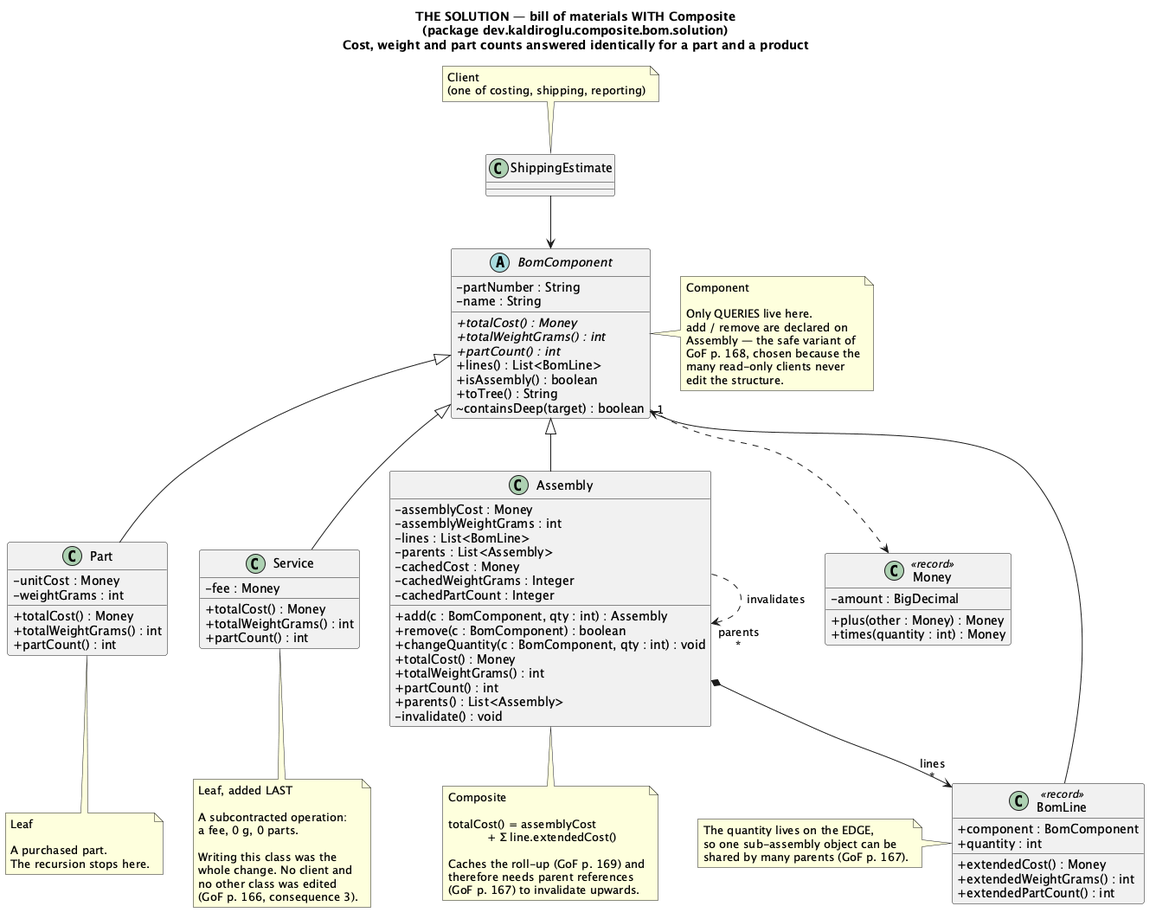
This is src/main/java/dev/kaldiroglu/dp/structural/composite/bom/uml/Composite-BOM-Solution.png from kaldiroglu/DesignPatternsWithJava, a PlantUML export, as it was before one commit. Its source is kept beside it as src/main/java/dev/kaldiroglu/dp/structural/composite/bom/uml/composite-bom-solution.puml. Its diagram source:
```plantuml
@startuml Composite-BOM-Solution
skinparam classAttributeIconSize 0
title THE SOLUTION — bill of materials WITH Composite\n(package dev.kaldiroglu.composite.bom.solution)\nCost, weight and part counts answered identically for a part and a product

abstract class BomComponent {
  - partNumber : String
  - name : String
  + {abstract} totalCost() : Money
  + {abstract} totalWeightGrams() : int
  + {abstract} partCount() : int
  + lines() : List<BomLine>
  + isAssembly() : boolean
  + toTree() : String
  ~ containsDeep(target) : boolean
}
note right of BomComponent
  Component

  Only QUERIES live here.
  add / remove are declared on
  Assembly — the safe variant of
  GoF p. 168, chosen because the
  many read-only clients never
  edit the structure.
end note

class Part {
  - unitCost : Money
  - weightGrams : int
  + totalCost() : Money
  + totalWeightGrams() : int
  + partCount() : int
}
note bottom of Part
  Leaf

  A purchased part.
  The recursion stops here.
end note

class Assembly {
  - assemblyCost : Money
  - assemblyWeightGrams : int
  - lines : List<BomLine>
  - parents : List<Assembly>
  - cachedCost : Money
  - cachedWeightGrams : Integer
  - cachedPartCount : Integer
  + add(c : BomComponent, qty : int) : Assembly
  + remove(c : BomComponent) : boolean
  + changeQuantity(c : BomComponent, qty : int) : void
  + totalCost() : Money
  + totalWeightGrams() : int
  + partCount() : int
  + parents() : List<Assembly>
  - invalidate() : void
}
note bottom of Assembly
  Composite

  totalCost() = assemblyCost
             + Σ line.extendedCost()

  Caches the roll-up (GoF p. 169) and
  therefore needs parent references
  (GoF p. 167) to invalidate upwards.
end note

class Service {
  - fee : Money
  + totalCost() : Money
  + totalWeightGrams() : int
  + partCount() : int
}
note bottom of Service
  Leaf, added LAST

  A subcontracted operation:
  a fee, 0 g, 0 parts.

  Writing this class was the
  whole change. No client and
  no other class was edited
  (GoF p. 166, consequence 3).
end note

class BomLine <<record>> {
  + component : BomComponent
  + quantity : int
  + extendedCost() : Money
  + extendedWeightGrams() : int
  + extendedPartCount() : int
}
note left of BomLine
  The quantity lives on the EDGE,
  so one sub-assembly object can be
  shared by many parents (GoF p. 167).
end note

class Money <<record>> {
  - amount : BigDecimal
  + plus(other : Money) : Money
  + times(quantity : int) : Money
}

class ShippingEstimate
note top of ShippingEstimate : Client\n(one of costing, shipping, reporting)

ShippingEstimate --> BomComponent
BomComponent <|-- Part
BomComponent <|-- Service
BomComponent <|-- Assembly
Assembly *--> "lines\n*" BomLine
BomLine --> "1" BomComponent
Assembly ..> "parents\n*" Assembly : invalidates
BomComponent ..> Money

@enduml
```
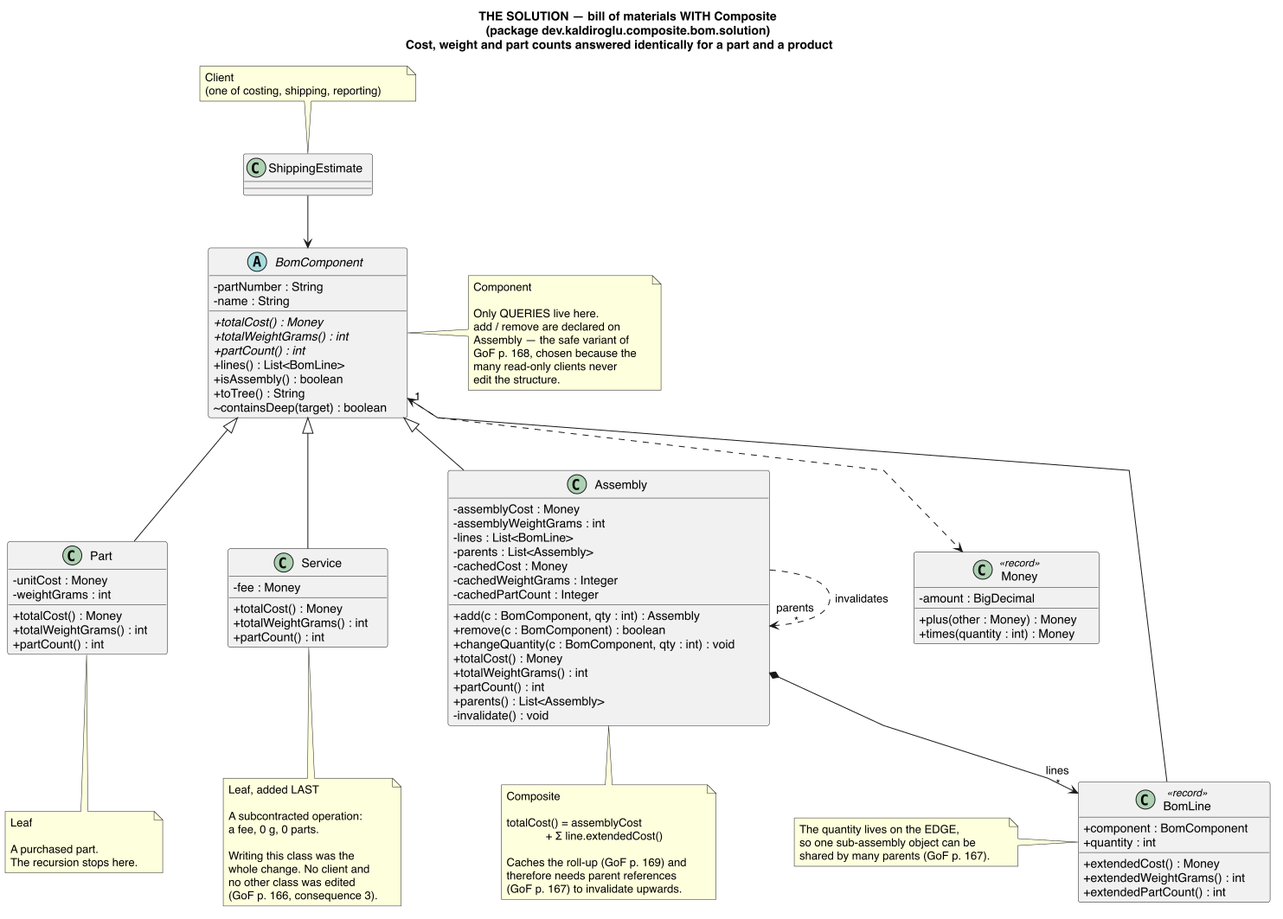
After the commit.

What changed in the source:
```diff
@@ -1,4 +1,6 @@
 @startuml Composite-BOM-Solution
+skinparam linetype polyline
+skinparam nodesep 70
 skinparam classAttributeIconSize 0
 title THE SOLUTION — bill of materials WITH Composite\n(package dev.kaldiroglu.composite.bom.solution)\nCost, weight and part counts answered identically for a part and a product
 
@@ -106,13 +108,17 @@
 class ShippingEstimate
 note top of ShippingEstimate : Client\n(one of costing, shipping, reporting)
 
-ShippingEstimate --> BomComponent
 BomComponent <|-- Part
 BomComponent <|-- Service
 BomComponent <|-- Assembly
+
+BomComponent -[hidden]- Service
+BomComponent -[hidden]- Service
+Part -[hidden]right- Service
+Service -[hidden]right- Assembly
+ShippingEstimate --> BomComponent
 Assembly *--> "lines\n*" BomLine
 BomLine --> "1" BomComponent
 Assembly ..> "parents\n*" Assembly : invalidates
 BomComponent ..> Money
-
 @enduml
```
